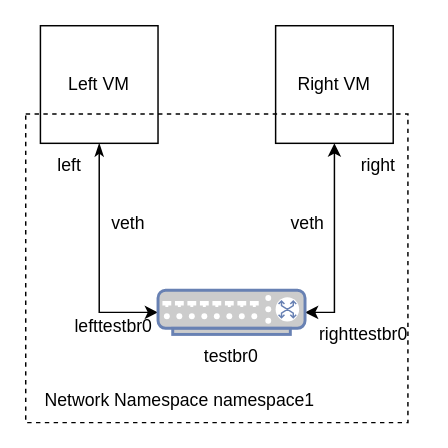
BigBadWolfSecurity/kvm-access-control keeps this draw.io diagram as network-diagram.drawio. Above is the earlier version. Source tidied: cells renumbered, new cells numbered last; positions are measured from the earlier drawing's top-left corner, leaving out a move shared by most shapes. Both pictures are drawn from the tidied source at 147%, with x=0, y=0 at pixel (25, 25).
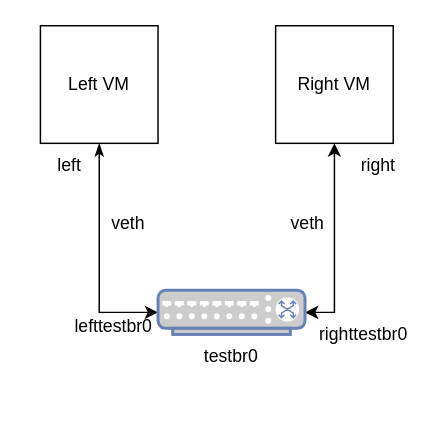
The same diagram, later.

What changed in the source:
```diff
@@
 <mxGraphModel>
   <root>
     <mxCell id="0" />
     <mxCell id="1" parent="0" />
     <mxCell id="2" style="edgeStyle=orthogonalEdgeStyle;rounded=0;jettySize=auto;html=1;entryX=0;entryY=0.5;entryDx=0;entryDy=0;entryPerimeter=0;startArrow=classicThin;startFill=1;" parent="1" edge="1" source="3" target="6">
       <mxGeometry relative="1" as="geometry" />
     </mxCell>
     <mxCell id="3" value="Left VM" style="whiteSpace=wrap;html=1;" parent="1" vertex="1">
       <mxGeometry x="10" width="80" height="80" as="geometry" />
     </mxCell>
     <mxCell id="4" style="edgeStyle=orthogonalEdgeStyle;rounded=0;jettySize=auto;html=1;entryX=1;entryY=0.5;entryDx=0;entryDy=0;entryPerimeter=0;startArrow=classic;startFill=1;" parent="1" edge="1" source="5" target="6">
       <mxGeometry relative="1" as="geometry" />
     </mxCell>
     <mxCell id="5" value="Right VM" style="whiteSpace=wrap;html=1;" parent="1" vertex="1">
       <mxGeometry x="170" width="80" height="80" as="geometry" />
     </mxCell>
     <mxCell id="6" style="fontColor=#0066CC;verticalAlign=top;verticalLabelPosition=bottom;labelPosition=center;align=center;html=1;outlineConnect=0;fillColor=#CCCCCC;strokeColor=#6881B3;gradientColor=none;gradientDirection=north;strokeWidth=2;shape=mxgraph.networks.switch;" parent="1" vertex="1">
       <mxGeometry x="90" y="180" width="100" height="30" as="geometry" />
     </mxCell>
     <mxCell id="7" value="veth" style="text;html=1;strokeColor=none;fillColor=none;align=center;verticalAlign=middle;whiteSpace=wrap;rounded=0;" parent="1" vertex="1">
       <mxGeometry x="40" y="120" width="60" height="30" as="geometry" />
     </mxCell>
     <mxCell id="8" value="veth" style="text;html=1;strokeColor=none;fillColor=none;align=center;verticalAlign=middle;whiteSpace=wrap;rounded=0;" parent="1" vertex="1">
       <mxGeometry x="162" y="120" width="60" height="30" as="geometry" />
     </mxCell>
     <mxCell id="9" value="testbr0" style="text;html=1;strokeColor=none;fillColor=none;align=center;verticalAlign=middle;whiteSpace=wrap;rounded=0;" parent="1" vertex="1">
       <mxGeometry x="110" y="210" width="60" height="30" as="geometry" />
     </mxCell>
     <mxCell id="10" value="left" style="text;html=1;strokeColor=none;fillColor=none;align=center;verticalAlign=middle;whiteSpace=wrap;rounded=0;" parent="1" vertex="1">
       <mxGeometry y="80" width="60" height="30" as="geometry" />
     </mxCell>
     <mxCell id="11" value="lefttestbr0" style="text;html=1;strokeColor=none;fillColor=none;align=center;verticalAlign=middle;whiteSpace=wrap;rounded=0;" parent="1" vertex="1">
       <mxGeometry x="30" y="190" width="60" height="30" as="geometry" />
     </mxCell>
     <mxCell id="12" value="righttestbr0" style="text;html=1;strokeColor=none;fillColor=none;align=center;verticalAlign=middle;whiteSpace=wrap;rounded=0;" parent="1" vertex="1">
       <mxGeometry x="200" y="190" width="60" height="40" as="geometry" />
     </mxCell>
     <mxCell id="13" value="right" style="text;html=1;strokeColor=none;fillColor=none;align=center;verticalAlign=middle;whiteSpace=wrap;rounded=0;" parent="1" vertex="1">
       <mxGeometry x="210" y="80" width="60" height="30" as="geometry" />
     </mxCell>
-    <mxCell id="14" style="rounded=0;whiteSpace=wrap;html=1;fillStyle=dots;fillColor=none;dashed=1;" parent="1" vertex="1">
-      <mxGeometry y="60" width="260" height="210" as="geometry" />
-    </mxCell>
-    <mxCell id="15" value="Network Namespace namespace1" style="text;html=1;strokeColor=none;fillColor=none;align=center;verticalAlign=middle;whiteSpace=wrap;rounded=0;" parent="1" vertex="1">
-      <mxGeometry y="240" width="210" height="30" as="geometry" />
-    </mxCell>
   </root>
 </mxGraphModel>
```
